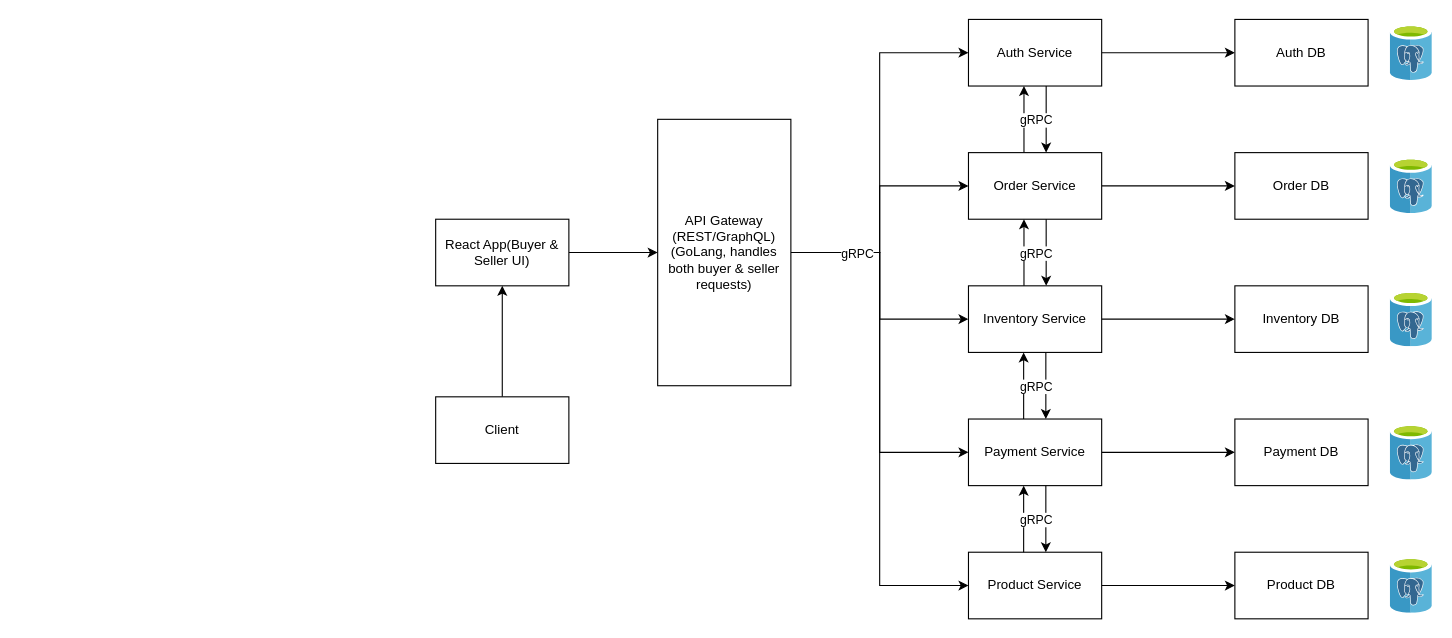
This is Microservice Architecture.drawio from 20010109/Ecommerce-System, a draw.io file, before an edit. Source tidied: cells renumbered, new cells numbered last; positions are measured from the earlier drawing's top-left corner, leaving out a move shared by most shapes. Both pictures are drawn from the tidied source at 111%, with x=0, y=0 at pixel (435, 19).
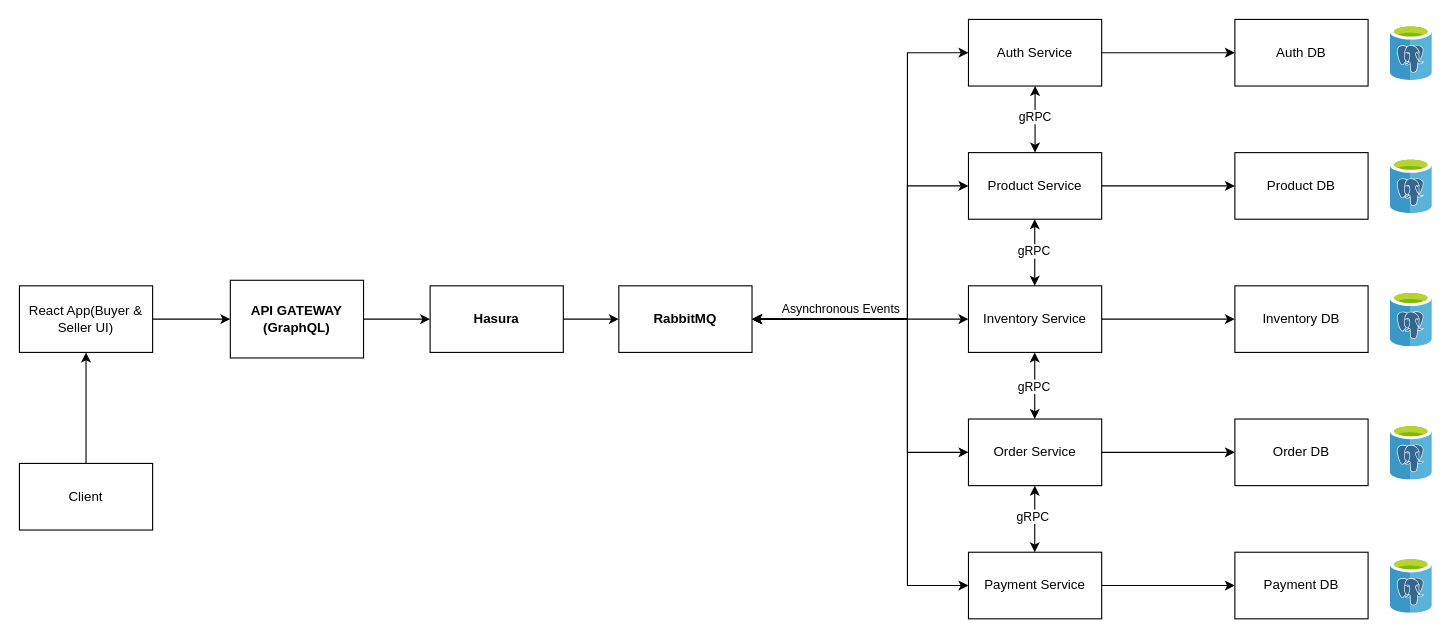
Above is the later version.

The change refers to these unchanged cells:
```xml
<mxCell id="15" value="Auth Service" style="rounded=0;whiteSpace=wrap;html=1;" parent="1" vertex="1">
  <mxGeometry x="480" width="120" height="60" as="geometry" />
</mxCell>
<mxCell id="21" value="Inventory Service" style="rounded=0;whiteSpace=wrap;html=1;" parent="1" vertex="1">
  <mxGeometry x="480" y="240" width="120" height="60" as="geometry" />
</mxCell>
```

What changed in the source:
```diff
@@
     <mxCell id="3" value="React App(Buyer &amp;amp; Seller UI)" style="rounded=0;whiteSpace=wrap;html=1;" parent="1" vertex="1">
-      <mxGeometry y="180" width="120" height="60" as="geometry" />
+      <mxGeometry x="-375" y="240" width="120" height="60" as="geometry" />
     </mxCell>
@@
     <mxCell id="5" value="Client" style="rounded=0;whiteSpace=wrap;html=1;" parent="1" vertex="1">
-      <mxGeometry y="340" width="120" height="60" as="geometry" />
+      <mxGeometry x="-375" y="400" width="120" height="60" as="geometry" />
     </mxCell>
-    <mxCell id="6" style="edgeStyle=orthogonalEdgeStyle;rounded=0;jettySize=auto;html=1;" parent="1" edge="1" source="12" target="19">
-      <mxGeometry relative="1" as="geometry" />
-    </mxCell>
-    <mxCell id="7" style="edgeStyle=orthogonalEdgeStyle;rounded=0;jettySize=auto;html=1;" parent="1" edge="1" source="12" target="21">
-      <mxGeometry relative="1" as="geometry" />
-    </mxCell>
-    <mxCell id="8" style="edgeStyle=orthogonalEdgeStyle;rounded=0;jettySize=auto;html=1;entryX=0;entryY=0.5;entryDx=0;entryDy=0;" parent="1" edge="1" source="12" target="23">
-      <mxGeometry relative="1" as="geometry" />
-    </mxCell>
-    <mxCell id="9" style="edgeStyle=orthogonalEdgeStyle;rounded=0;jettySize=auto;html=1;entryX=0;entryY=0.5;entryDx=0;entryDy=0;" parent="1" edge="1" source="12" target="15">
-      <mxGeometry relative="1" as="geometry" />
-    </mxCell>
-    <mxCell id="10" style="edgeStyle=orthogonalEdgeStyle;rounded=0;jettySize=auto;html=1;entryX=0;entryY=0.5;entryDx=0;entryDy=0;" parent="1" edge="1" source="12" target="25">
-      <mxGeometry relative="1" as="geometry" />
-    </mxCell>
-    <mxCell id="11" value="gRPC" style="edgeLabel;html=1;align=center;verticalAlign=middle;" parent="10" vertex="1">
-      <mxGeometry x="-0.82" y="2" relative="1" as="geometry">
-        <mxPoint x="18" y="2" as="offset" />
-      </mxGeometry>
-    </mxCell>
+    <mxCell id="45" style="edgeStyle=orthogonalEdgeStyle;rounded=0;jettySize=auto;html=1;" parent="1" edge="1" source="12" target="47">
+      <mxGeometry relative="1" as="geometry" />
+    </mxCell>
-    <mxCell id="12" value="API Gateway (REST/GraphQL) (GoLang, handles both buyer &amp;amp; seller requests)" style="rounded=0;whiteSpace=wrap;html=1;" parent="1" vertex="1">
-      <mxGeometry x="200" y="90" width="120" height="240" as="geometry" />
+    <mxCell id="12" value="&lt;b&gt;API GATEWAY&lt;br&gt;(GraphQL)&lt;/b&gt;" style="rounded=0;whiteSpace=wrap;html=1;" parent="1" vertex="1">
+      <mxGeometry x="-185" y="235" width="120" height="70" as="geometry" />
     </mxCell>
@@
-    <mxCell id="14" style="edgeStyle=orthogonalEdgeStyle;rounded=0;orthogonalLoop=1;jettySize=auto;html=1;entryX=0.5;entryY=0;entryDx=0;entryDy=0;" parent="1" edge="1">
-      <mxGeometry relative="1" as="geometry">
-        <mxPoint x="550" y="60" as="sourcePoint" />
-        <mxPoint x="550" y="120" as="targetPoint" />
-      </mxGeometry>
-    </mxCell>
@@
-    <mxCell id="17" style="edgeStyle=orthogonalEdgeStyle;rounded=0;orthogonalLoop=1;jettySize=auto;html=1;entryX=0.5;entryY=1;entryDx=0;entryDy=0;" parent="1" edge="1">
-      <mxGeometry relative="1" as="geometry">
-        <mxPoint x="530" y="120" as="sourcePoint" />
-        <mxPoint x="530" y="60" as="targetPoint" />
-      </mxGeometry>
-    </mxCell>
-    <mxCell id="18" value="gRPC" style="edgeLabel;html=1;align=center;verticalAlign=middle;" parent="17" vertex="1">
-      <mxGeometry x="0.2" y="2" relative="1" as="geometry">
-        <mxPoint x="12" y="6" as="offset" />
-      </mxGeometry>
-    </mxCell>
-    <mxCell id="19" value="Order Service" style="rounded=0;whiteSpace=wrap;html=1;" parent="1" vertex="1">
+    <mxCell id="19" value="Product Service" style="rounded=0;whiteSpace=wrap;html=1;" parent="1" vertex="1">
       <mxGeometry x="480" y="120" width="120" height="60" as="geometry" />
     </mxCell>
@@
-    <mxCell id="23" value="Payment Service" style="rounded=0;whiteSpace=wrap;html=1;" parent="1" vertex="1">
+    <mxCell id="23" value="Order Service" style="rounded=0;whiteSpace=wrap;html=1;" parent="1" vertex="1">
       <mxGeometry x="480" y="360" width="120" height="60" as="geometry" />
     </mxCell>
@@
-    <mxCell id="25" value="Product Service" style="rounded=0;whiteSpace=wrap;html=1;" parent="1" vertex="1">
+    <mxCell id="25" value="Payment Service" style="rounded=0;whiteSpace=wrap;html=1;" parent="1" vertex="1">
       <mxGeometry x="480" y="480" width="120" height="60" as="geometry" />
     </mxCell>
@@
-    <mxCell id="27" value="Order DB" style="rounded=0;whiteSpace=wrap;html=1;" parent="1" vertex="1">
+    <mxCell id="27" value="Product DB" style="rounded=0;whiteSpace=wrap;html=1;" parent="1" vertex="1">
       <mxGeometry x="720" y="120" width="120" height="60" as="geometry" />
     </mxCell>
@@
-    <mxCell id="29" value="Payment DB" style="rounded=0;whiteSpace=wrap;html=1;" parent="1" vertex="1">
+    <mxCell id="29" value="Order DB" style="rounded=0;whiteSpace=wrap;html=1;" parent="1" vertex="1">
       <mxGeometry x="720" y="360" width="120" height="60" as="geometry" />
     </mxCell>
-    <mxCell id="30" value="Product DB" style="rounded=0;whiteSpace=wrap;html=1;" parent="1" vertex="1">
+    <mxCell id="30" value="Payment DB" style="rounded=0;whiteSpace=wrap;html=1;" parent="1" vertex="1">
       <mxGeometry x="720" y="480" width="120" height="60" as="geometry" />
     </mxCell>
-    <mxCell id="31" style="edgeStyle=orthogonalEdgeStyle;rounded=0;orthogonalLoop=1;jettySize=auto;html=1;entryX=0.5;entryY=0;entryDx=0;entryDy=0;" parent="1" edge="1">
-      <mxGeometry relative="1" as="geometry">
-        <mxPoint x="550" y="180" as="sourcePoint" />
-        <mxPoint x="550" y="240" as="targetPoint" />
-      </mxGeometry>
-    </mxCell>
-    <mxCell id="32" style="edgeStyle=orthogonalEdgeStyle;rounded=0;orthogonalLoop=1;jettySize=auto;html=1;entryX=0.5;entryY=1;entryDx=0;entryDy=0;" parent="1" edge="1">
-      <mxGeometry relative="1" as="geometry">
-        <mxPoint x="530" y="240" as="sourcePoint" />
-        <mxPoint x="530" y="180" as="targetPoint" />
-      </mxGeometry>
-    </mxCell>
-    <mxCell id="33" style="edgeStyle=orthogonalEdgeStyle;rounded=0;orthogonalLoop=1;jettySize=auto;html=1;entryX=0.5;entryY=0;entryDx=0;entryDy=0;" parent="1" edge="1">
-      <mxGeometry relative="1" as="geometry">
-        <mxPoint x="549.7" y="300" as="sourcePoint" />
-        <mxPoint x="549.7" y="360" as="targetPoint" />
-      </mxGeometry>
-    </mxCell>
-    <mxCell id="34" style="edgeStyle=orthogonalEdgeStyle;rounded=0;orthogonalLoop=1;jettySize=auto;html=1;entryX=0.5;entryY=1;entryDx=0;entryDy=0;" parent="1" edge="1">
-      <mxGeometry relative="1" as="geometry">
-        <mxPoint x="529.7" y="360" as="sourcePoint" />
-        <mxPoint x="529.7" y="300" as="targetPoint" />
-      </mxGeometry>
-    </mxCell>
-    <mxCell id="35" style="edgeStyle=orthogonalEdgeStyle;rounded=0;orthogonalLoop=1;jettySize=auto;html=1;entryX=0.5;entryY=0;entryDx=0;entryDy=0;" parent="1" edge="1">
-      <mxGeometry relative="1" as="geometry">
-        <mxPoint x="549.7" y="420" as="sourcePoint" />
-        <mxPoint x="549.7" y="480" as="targetPoint" />
-      </mxGeometry>
-    </mxCell>
-    <mxCell id="36" style="edgeStyle=orthogonalEdgeStyle;rounded=0;orthogonalLoop=1;jettySize=auto;html=1;entryX=0.5;entryY=1;entryDx=0;entryDy=0;" parent="1" edge="1">
-      <mxGeometry relative="1" as="geometry">
-        <mxPoint x="529.7" y="480" as="sourcePoint" />
-        <mxPoint x="529.7" y="420" as="targetPoint" />
-      </mxGeometry>
-    </mxCell>
-    <mxCell id="37" value="gRPC" style="edgeLabel;html=1;align=center;verticalAlign=middle;" parent="1" vertex="1">
-      <mxGeometry x="540" y="210" as="geometry" />
-    </mxCell>
-    <mxCell id="38" value="gRPC" style="edgeLabel;html=1;align=center;verticalAlign=middle;" parent="1" vertex="1">
-      <mxGeometry x="540" y="330" as="geometry" />
-    </mxCell>
-    <mxCell id="39" value="gRPC" style="edgeLabel;html=1;align=center;verticalAlign=middle;" parent="1" vertex="1">
-      <mxGeometry x="540" y="450" as="geometry" />
-    </mxCell>
@@
+    <mxCell id="46" style="edgeStyle=orthogonalEdgeStyle;rounded=0;jettySize=auto;html=1;entryX=0;entryY=0.5;entryDx=0;entryDy=0;" parent="1" edge="1" source="47" target="48">
+      <mxGeometry relative="1" as="geometry" />
+    </mxCell>
+    <mxCell id="47" value="&lt;b&gt;Hasura&lt;/b&gt;" style="rounded=0;whiteSpace=wrap;html=1;" parent="1" vertex="1">
+      <mxGeometry x="-5" y="240" width="120" height="60" as="geometry" />
+    </mxCell>
+    <mxCell id="48" value="&lt;b&gt;RabbitMQ&lt;/b&gt;" style="rounded=0;whiteSpace=wrap;html=1;" parent="1" vertex="1">
+      <mxGeometry x="165" y="240" width="120" height="60" as="geometry" />
+    </mxCell>
+    <mxCell id="49" style="endArrow=classic;startArrow=classic;html=1;rounded=0;exitX=1;exitY=0.5;exitDx=0;exitDy=0;entryX=0;entryY=0.5;entryDx=0;entryDy=0;edgeStyle=orthogonalEdgeStyle;" parent="1" edge="1" source="48" target="15">
+      <mxGeometry relative="1" as="geometry">
+        <Array as="points">
+          <mxPoint x="425" y="270" />
+          <mxPoint x="425" y="30" />
+        </Array>
+      </mxGeometry>
+    </mxCell>
+    <mxCell id="50" style="endArrow=classic;startArrow=classic;html=1;rounded=0;exitX=1;exitY=0.5;exitDx=0;exitDy=0;entryX=0;entryY=0.5;entryDx=0;entryDy=0;edgeStyle=orthogonalEdgeStyle;" parent="1" edge="1" source="48" target="19">
+      <mxGeometry relative="1" as="geometry">
+        <Array as="points">
+          <mxPoint x="425" y="270" />
+          <mxPoint x="425" y="150" />
+        </Array>
+      </mxGeometry>
+    </mxCell>
+    <mxCell id="51" style="endArrow=classic;startArrow=classic;html=1;rounded=0;entryX=0;entryY=0.5;entryDx=0;entryDy=0;exitX=1;exitY=0.5;exitDx=0;exitDy=0;edgeStyle=orthogonalEdgeStyle;" parent="1" edge="1" source="48" target="23">
+      <mxGeometry relative="1" as="geometry">
+        <Array as="points">
+          <mxPoint x="425" y="270" />
+          <mxPoint x="425" y="390" />
+        </Array>
+      </mxGeometry>
+    </mxCell>
+    <mxCell id="52" style="endArrow=classic;startArrow=classic;html=1;rounded=0;entryX=0;entryY=0.5;entryDx=0;entryDy=0;exitX=1;exitY=0.5;exitDx=0;exitDy=0;edgeStyle=orthogonalEdgeStyle;" parent="1" edge="1" source="48" target="25">
+      <mxGeometry relative="1" as="geometry">
+        <Array as="points">
+          <mxPoint x="425" y="270" />
+          <mxPoint x="425" y="510" />
+        </Array>
+      </mxGeometry>
+    </mxCell>
+    <mxCell id="53" value="Asynchronous Events" style="edgeLabel;html=1;align=center;verticalAlign=middle;" parent="52" vertex="1">
+      <mxGeometry x="-0.75" y="-1" relative="1" as="geometry">
+        <mxPoint x="25" y="-11" as="offset" />
+      </mxGeometry>
+    </mxCell>
+    <mxCell id="54" style="endArrow=classic;startArrow=classic;html=1;rounded=0;exitX=1;exitY=0.5;exitDx=0;exitDy=0;" parent="1" edge="1" source="48" target="21">
+      <mxGeometry relative="1" as="geometry" />
+    </mxCell>
+    <mxCell id="55" style="endArrow=classic;startArrow=classic;html=1;rounded=0;entryX=0.5;entryY=1;entryDx=0;entryDy=0;exitX=0.5;exitY=0;exitDx=0;exitDy=0;" parent="1" edge="1" source="19" target="15">
+      <mxGeometry relative="1" as="geometry" />
+    </mxCell>
+    <mxCell id="56" value="gRPC" style="edgeLabel;html=1;align=center;verticalAlign=middle;" parent="55" vertex="1">
+      <mxGeometry x="0.1" y="1" relative="1" as="geometry" />
+    </mxCell>
+    <mxCell id="57" style="endArrow=classic;startArrow=classic;html=1;rounded=0;entryX=0.5;entryY=1;entryDx=0;entryDy=0;exitX=0.5;exitY=0;exitDx=0;exitDy=0;" parent="1" edge="1">
+      <mxGeometry relative="1" as="geometry">
+        <mxPoint x="539.7" y="240" as="sourcePoint" />
+        <mxPoint x="539.7" y="180" as="targetPoint" />
+      </mxGeometry>
+    </mxCell>
+    <mxCell id="58" value="gRPC" style="edgeLabel;html=1;align=center;verticalAlign=middle;" parent="57" vertex="1">
+      <mxGeometry x="0.05" y="1" relative="1" as="geometry" />
+    </mxCell>
+    <mxCell id="59" style="endArrow=classic;startArrow=classic;html=1;rounded=0;entryX=0.5;entryY=1;entryDx=0;entryDy=0;exitX=0.5;exitY=0;exitDx=0;exitDy=0;" parent="1" edge="1">
+      <mxGeometry relative="1" as="geometry">
+        <mxPoint x="539.7" y="360" as="sourcePoint" />
+        <mxPoint x="539.7" y="300" as="targetPoint" />
+      </mxGeometry>
+    </mxCell>
+    <mxCell id="60" value="gRPC" style="edgeLabel;html=1;align=center;verticalAlign=middle;" parent="59" vertex="1">
+      <mxGeometry x="0.01" y="1" relative="1" as="geometry" />
+    </mxCell>
+    <mxCell id="61" style="endArrow=classic;startArrow=classic;html=1;rounded=0;entryX=0.5;entryY=1;entryDx=0;entryDy=0;exitX=0.5;exitY=0;exitDx=0;exitDy=0;" parent="1" edge="1">
+      <mxGeometry relative="1" as="geometry">
+        <mxPoint x="539.7" y="480" as="sourcePoint" />
+        <mxPoint x="539.7" y="420" as="targetPoint" />
+      </mxGeometry>
+    </mxCell>
+    <mxCell id="62" value="gRPC" style="edgeLabel;html=1;align=center;verticalAlign=middle;" parent="61" vertex="1">
+      <mxGeometry x="0.1" y="2" relative="1" as="geometry" />
+    </mxCell>
```
